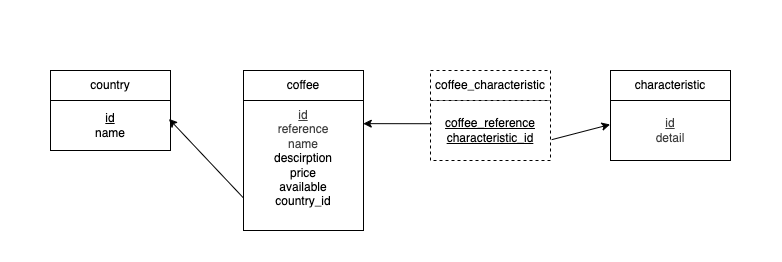
Above: src/models/02-model-logique-donnees.png in accolette/challenge-Semaine11-BackEnd-ocoffee (draw.io), before the change. Source tidied: cells renumbered, new cells last; positions are measured from the earlier drawing's top-left corner, leaving out a move shared by most shapes.
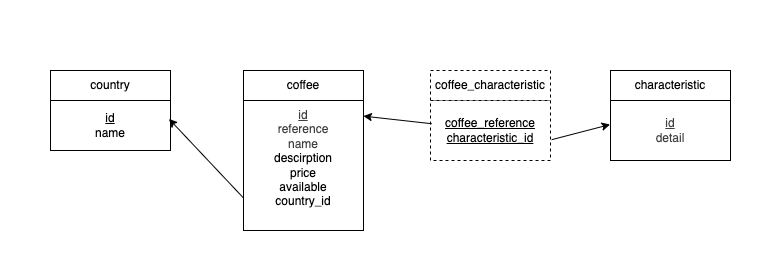
Above is the later version.

The edit, as a diff of the source:
```diff
@@ -32,7 +32,7 @@
     <mxCell id="11" value="&lt;div&gt;&lt;u&gt;coffee_reference&lt;/u&gt;&lt;/div&gt;&lt;div&gt;&lt;u&gt;characteristic_id&lt;/u&gt;&lt;/div&gt;" style="rounded=0;whiteSpace=wrap;html=1;dashed=1;" parent="1" vertex="1">
       <mxGeometry x="430" y="100" width="120" height="60" as="geometry" />
     </mxCell>
-    <mxCell id="12" style="endArrow=classic;html=1;exitX=0.01;exitY=0.387;exitDx=0;exitDy=0;exitPerimeter=0;entryX=0.998;entryY=0.178;entryDx=0;entryDy=0;entryPerimeter=0;" parent="1" edge="1" source="11" target="7">
+    <mxCell id="12" style="endArrow=classic;html=1;exitX=0.01;exitY=0.387;exitDx=0;exitDy=0;exitPerimeter=0;entryX=0.999;entryY=0.12;entryDx=0;entryDy=0;entryPerimeter=0;" parent="1" edge="1" source="11" target="7">
       <mxGeometry relative="1" as="geometry" />
     </mxCell>
     <mxCell id="13" style="endArrow=classic;html=1;exitX=1.01;exitY=0.653;exitDx=0;exitDy=0;exitPerimeter=0;entryX=-0.003;entryY=0.4;entryDx=0;entryDy=0;entryPerimeter=0;" parent="1" edge="1" source="11" target="8">
```
